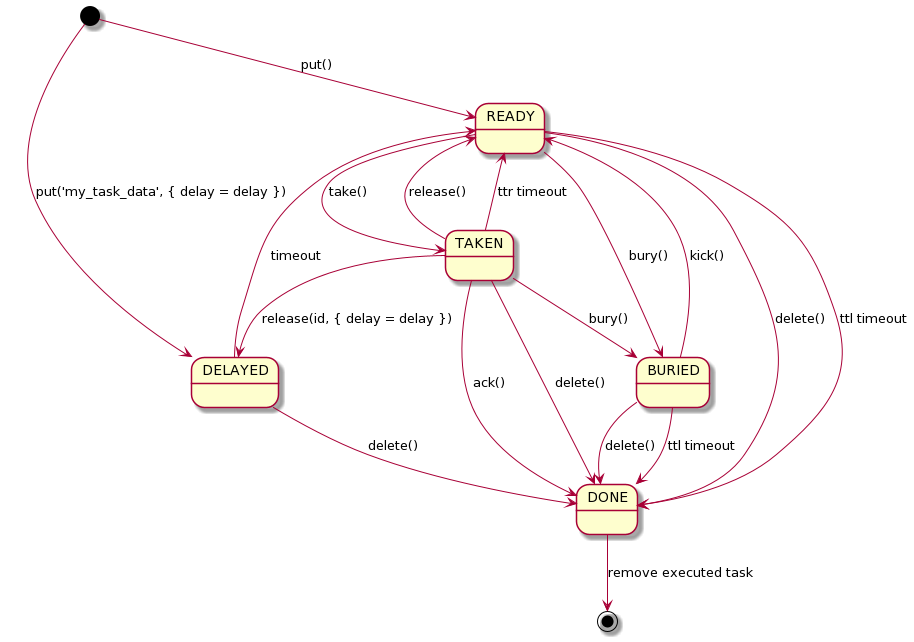
NickVolynkin/queue keeps this PlantUML diagram as images/task_state_diag.png. Above is the earlier version. The source it was exported from:
```plantuml
@startuml
[*] --> READY : put()
[*] --> DELAYED : put('my_task_data', { delay = delay })
READY --> TAKEN : take()
READY --> DONE : delete()
READY --> BURIED : bury()
READY --> DONE : ttl timeout
TAKEN --> READY : release()
TAKEN --> READY : ttr timeout
TAKEN --> DELAYED : release(id, { delay = delay })
TAKEN --> DONE : ack()
TAKEN --> BURIED : bury()
TAKEN --> DONE : delete()
BURIED --> DONE : delete()
BURIED --> READY : kick()
BURIED --> DONE: ttl timeout
DELAYED --> READY : timeout
DELAYED --> DONE : delete()
DONE --> [*] : remove executed task
@enduml
```
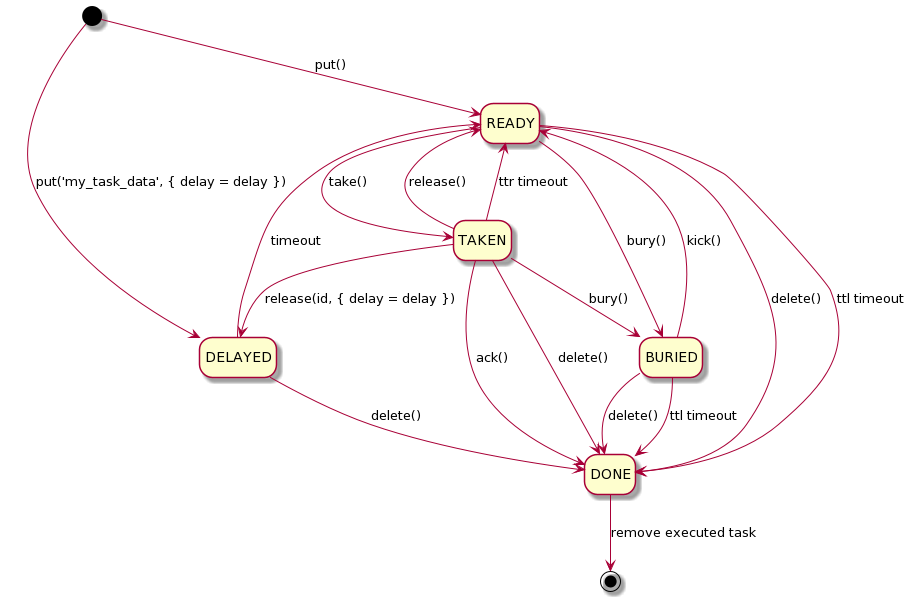
Later version of the same file.

Commit message:
gh-123 Correcting diagram

What changed in the source:
```diff
@@ -1,12 +1,13 @@
 @startuml
+hide empty description
 [*] --> READY : put()
 [*] --> DELAYED : put('my_task_data', { delay = delay })
 READY --> TAKEN : take()
 READY --> DONE : delete()
 READY --> BURIED : bury()
 READY --> DONE : ttl timeout
-TAKEN --> READY : release()
-TAKEN --> READY : ttr timeout
+TAKEN -up-> READY : release()
+TAKEN -up-> READY : ttr timeout
 TAKEN --> DELAYED : release(id, { delay = delay })
 TAKEN --> DONE : ack()
 TAKEN --> BURIED : bury()
```
